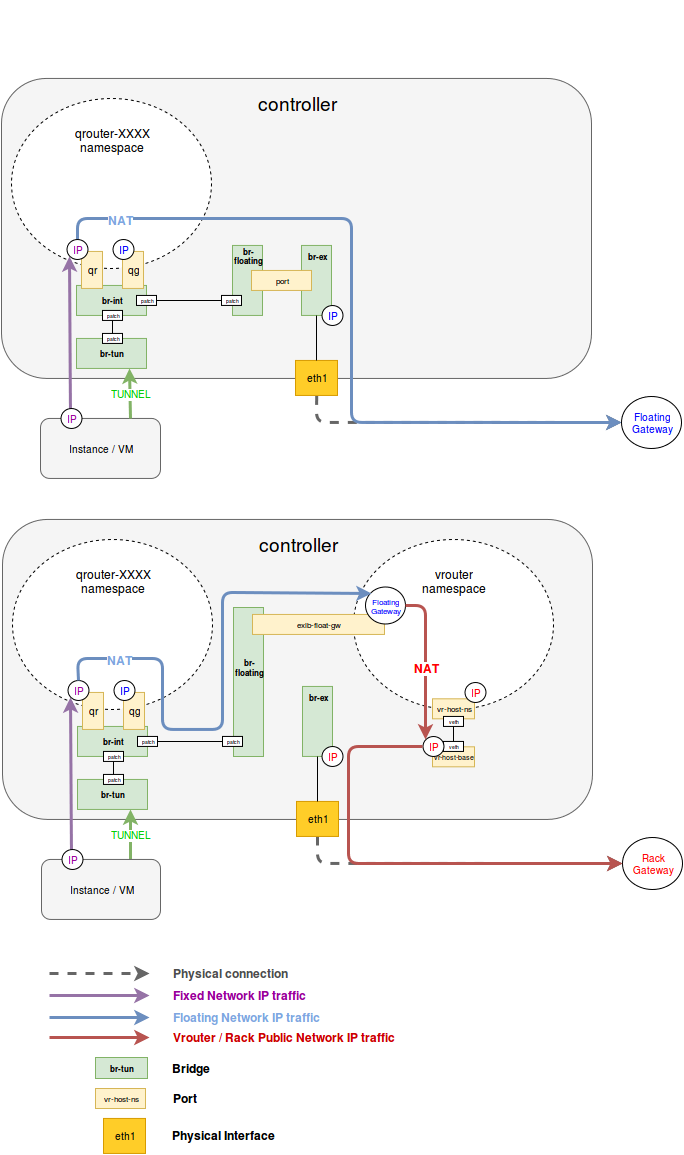
This is doc/multi-rack-floating-routing.png from adidenko/fuel-plugin-external-lb, a draw.io export, as it was before one commit. Source tidied: cells renumbered, new cells last; positions are measured from the earlier drawing's top-left corner, leaving out a move shared by most shapes.
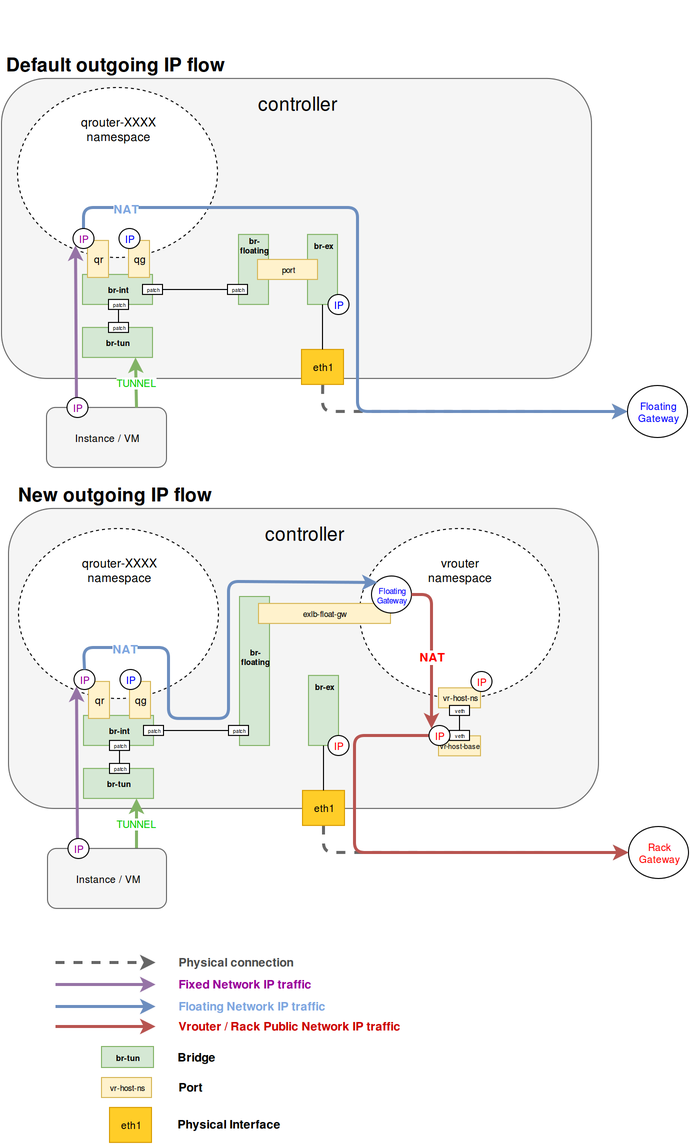
The same diagram one commit later.

Change to the diagram source:
```diff
@@ -15,7 +15,7 @@
       <mxGeometry x="1" y="440.9" width="590" height="300" as="geometry" />
     </mxCell>
     <mxCell id="4" value="&lt;br&gt;&lt;br&gt;&lt;br&gt;&lt;br&gt;controller&lt;br&gt;&lt;br&gt;&lt;br&gt;&lt;br&gt;&lt;br&gt;&lt;br&gt;&lt;br&gt;&lt;br&gt;&lt;br&gt;&lt;br&gt;&lt;br&gt;&lt;br&gt;&lt;br&gt;&lt;br&gt;&lt;br&gt;&lt;br&gt;" style="rounded=1;whiteSpace=wrap;html=1;fontColor=#000000;plain-gray;gradientColor=none;fontSize=19;" parent="1" vertex="1">
-      <mxGeometry y="-0.1" width="590" height="300" as="geometry" />
+      <mxGeometry x="-6" y="10.9" width="590" height="300" as="geometry" />
     </mxCell>
     <mxCell id="5" value="qrouter-XXXX&lt;br&gt;namespace&lt;br&gt;&lt;br&gt;&lt;br&gt;&lt;br&gt;&lt;br&gt;&lt;br&gt;&lt;br&gt;" style="ellipse;whiteSpace=wrap;html=1;dashed=1;gradientColor=none;" parent="1" vertex="1">
       <mxGeometry x="10" y="19.9" width="200" height="170" as="geometry" />
@@ -295,5 +295,11 @@
     <mxCell id="82" value="Physical connection&lt;br&gt;" style="text;html=1;align=left;verticalAlign=top;spacingTop=-4;fontSize=12;fontColor=#4D4D4D;fontStyle=1;" parent="1" vertex="1">
       <mxGeometry x="169" y="885" width="120" height="20" as="geometry" />
     </mxCell>
+    <mxCell id="83" value="Default outgoing IP flow&lt;br&gt;" style="text;html=1;strokeColor=none;fillColor=none;align=center;verticalAlign=middle;whiteSpace=wrap;overflow=hidden;fontSize=19;fontColor=#000000;fontStyle=1;" parent="1" vertex="1">
+      <mxGeometry x="-6" y="-19" width="226" height="30" as="geometry" />
+    </mxCell>
+    <mxCell id="84" value="New outgoing IP flow&lt;br&gt;" style="text;html=1;strokeColor=none;fillColor=none;align=center;verticalAlign=middle;whiteSpace=wrap;overflow=hidden;fontSize=19;fontColor=#000000;fontStyle=1;" parent="1" vertex="1">
+      <mxGeometry x="1" y="411" width="211" height="30" as="geometry" />
+    </mxCell>
   </root>
 </mxGraphModel>
```
